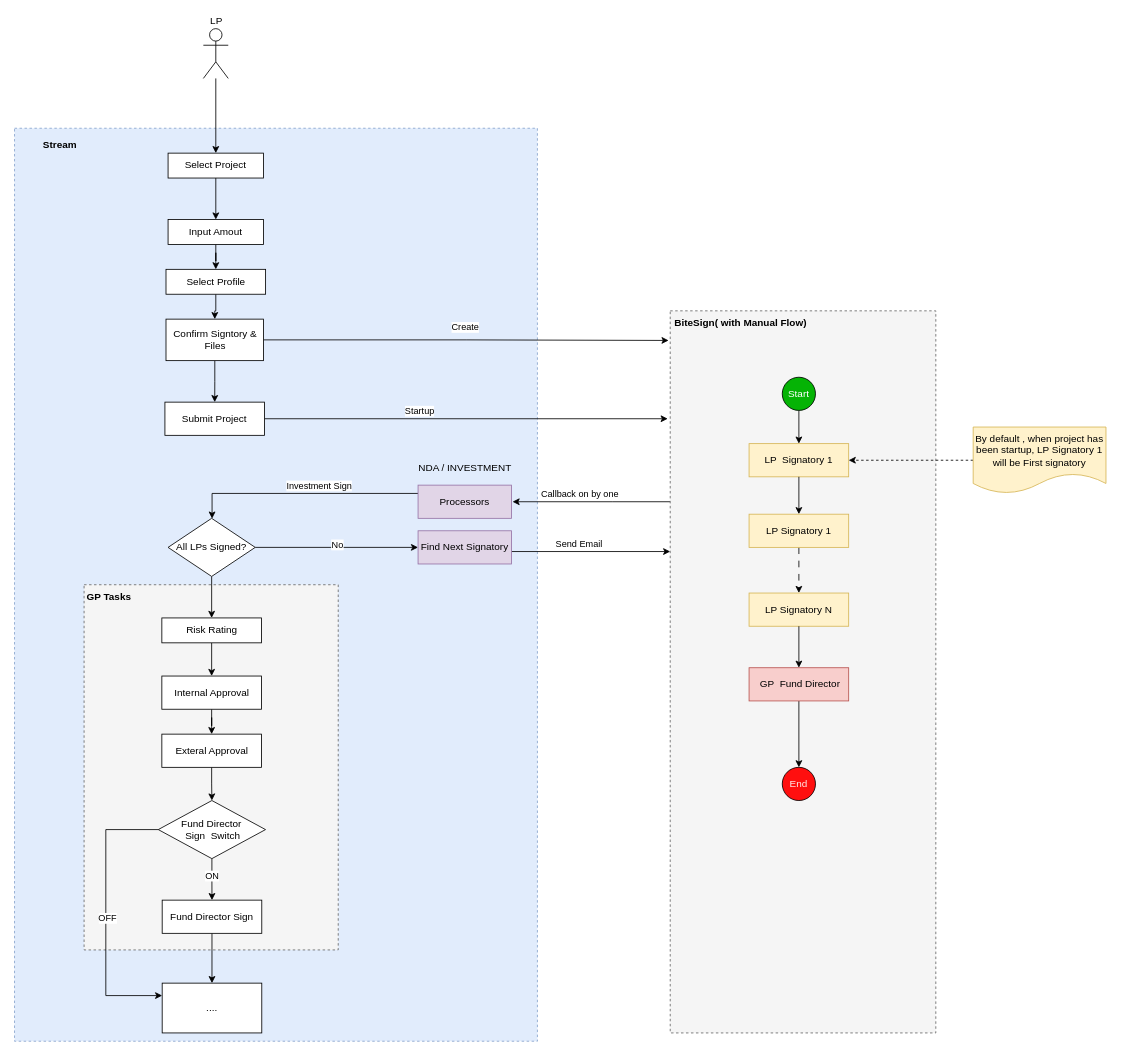
Above: Untitled Diagram.drawio in fast-dev/fast-dev.github.io (draw.io), before the change. Source tidied: cells renumbered, new cells numbered last; positions are measured from the earlier drawing's top-left corner, leaving out a move shared by most shapes. Both pictures are drawn from the tidied source at 83%, with x=0, y=0 at pixel (14, 28).
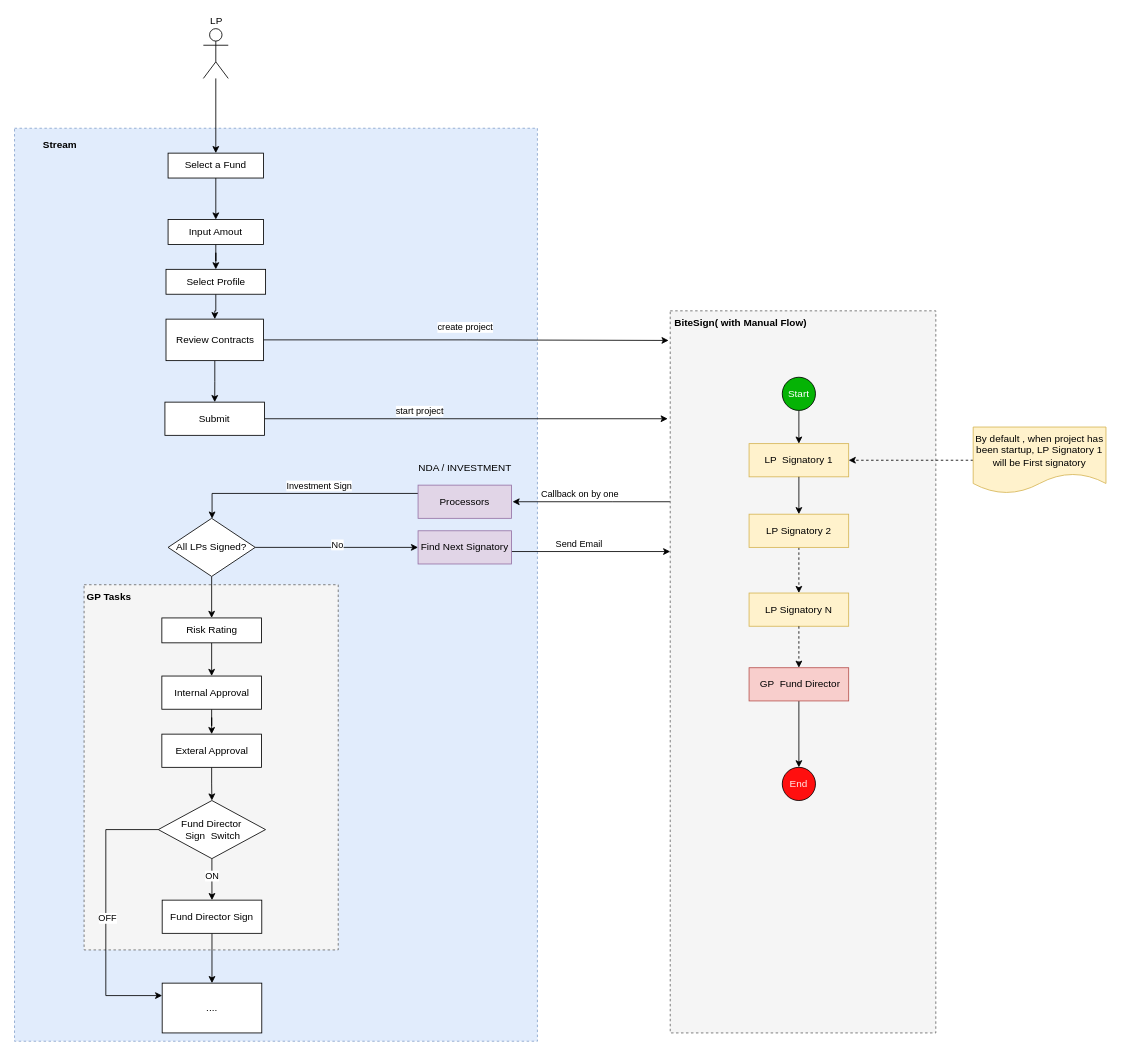
After the change.

Unchanged cells that the change refers to:
```xml
<mxCell id="12" style="edgeStyle=orthogonalEdgeStyle;rounded=0;jettySize=auto;html=1;entryX=-0.006;entryY=0.041;entryDx=0;entryDy=0;entryPerimeter=0;" parent="1" edge="1" source="14" target="20">
  <mxGeometry relative="1" as="geometry" />
</mxCell>
<mxCell id="15" style="edgeStyle=orthogonalEdgeStyle;rounded=0;jettySize=auto;html=1;" parent="1" edge="1" source="17">
  <mxGeometry relative="1" as="geometry">
    <mxPoint x="787" y="470" as="targetPoint" />
    <Array as="points">
      <mxPoint x="787" y="470" />
    </Array>
  </mxGeometry>
</mxCell>
<mxCell id="24" value="LP Signatory&amp;nbsp;N" style="rounded=0;whiteSpace=wrap;html=1;fillColor=#fff2cc;strokeColor=#d6b656;" parent="1" vertex="1">
  <mxGeometry x="885" y="680" width="120" height="40" as="geometry" />
</mxCell>
<mxCell id="41" value="&amp;nbsp;GP&amp;nbsp; Fund Director" style="rounded=0;whiteSpace=wrap;html=1;fillColor=#f8cecc;strokeColor=#b85450;" parent="1" vertex="1">
  <mxGeometry x="885" y="770" width="120" height="40" as="geometry" />
</mxCell>
```

The edit, as a diff of the source:
```diff
@@
-    <mxCell id="13" value="Create" style="edgeLabel;html=1;align=center;verticalAlign=middle;" parent="12" vertex="1">
+    <mxCell id="13" value="create project" style="edgeLabel;html=1;align=center;verticalAlign=middle;" parent="12" vertex="1">
       <mxGeometry x="0.05" y="4" relative="1" as="geometry">
         <mxPoint x="-14" y="-12" as="offset" />
       </mxGeometry>
     </mxCell>
-    <mxCell id="14" value="Confirm Signtory &amp;amp; Files" style="rounded=0;whiteSpace=wrap;html=1;" parent="1" vertex="1">
+    <mxCell id="14" value="Review Contracts" style="rounded=0;whiteSpace=wrap;html=1;" parent="1" vertex="1">
       <mxGeometry x="182.5" y="350" width="117.5" height="50" as="geometry" />
     </mxCell>
@@
-    <mxCell id="16" value="Startup" style="edgeLabel;html=1;align=center;verticalAlign=middle;" parent="15" vertex="1">
+    <mxCell id="16" value="start project" style="edgeLabel;html=1;align=center;verticalAlign=middle;" parent="15" vertex="1">
       <mxGeometry x="-0.28" y="-3" relative="1" as="geometry">
         <mxPoint x="11" y="-13" as="offset" />
       </mxGeometry>
     </mxCell>
-    <mxCell id="17" value="Submit Project" style="rounded=0;whiteSpace=wrap;html=1;" parent="1" vertex="1">
+    <mxCell id="17" value="Submit" style="rounded=0;whiteSpace=wrap;html=1;" parent="1" vertex="1">
       <mxGeometry x="181.2" y="450" width="120" height="40" as="geometry" />
     </mxCell>
@@
-    <mxCell id="22" style="edgeStyle=orthogonalEdgeStyle;rounded=0;jettySize=auto;html=1;dashed=1;dashPattern=8 8;" parent="1" edge="1" source="46" target="24">
+    <mxCell id="22" style="edgeStyle=orthogonalEdgeStyle;rounded=0;jettySize=auto;html=1;dashed=1;" parent="1" edge="1" source="46" target="24">
       <mxGeometry relative="1" as="geometry">
         <Array as="points">
           <mxPoint x="945" y="620" />
           <mxPoint x="945" y="620" />
         </Array>
       </mxGeometry>
     </mxCell>
@@
-    <mxCell id="46" value="LP Signatory&amp;nbsp;1" style="rounded=0;whiteSpace=wrap;html=1;fillColor=#fff2cc;strokeColor=#d6b656;" parent="1" vertex="1">
+    <mxCell id="46" value="LP Signatory 2" style="rounded=0;whiteSpace=wrap;html=1;fillColor=#fff2cc;strokeColor=#d6b656;" parent="1" vertex="1">
       <mxGeometry x="885" y="585" width="120" height="40" as="geometry" />
     </mxCell>
-    <mxCell id="47" style="edgeStyle=orthogonalEdgeStyle;rounded=0;jettySize=auto;html=1;" parent="1" edge="1" source="24" target="41">
+    <mxCell id="47" style="edgeStyle=orthogonalEdgeStyle;rounded=0;jettySize=auto;html=1;dashed=1;" parent="1" edge="1" source="24" target="41">
       <mxGeometry relative="1" as="geometry" />
     </mxCell>
@@
-    <mxCell id="53" value="Select Project" style="rounded=0;whiteSpace=wrap;html=1;" parent="1" vertex="1">
+    <mxCell id="53" value="Select a Fund" style="rounded=0;whiteSpace=wrap;html=1;" parent="1" vertex="1">
       <mxGeometry x="185" y="150" width="115" height="30" as="geometry" />
     </mxCell>
```
